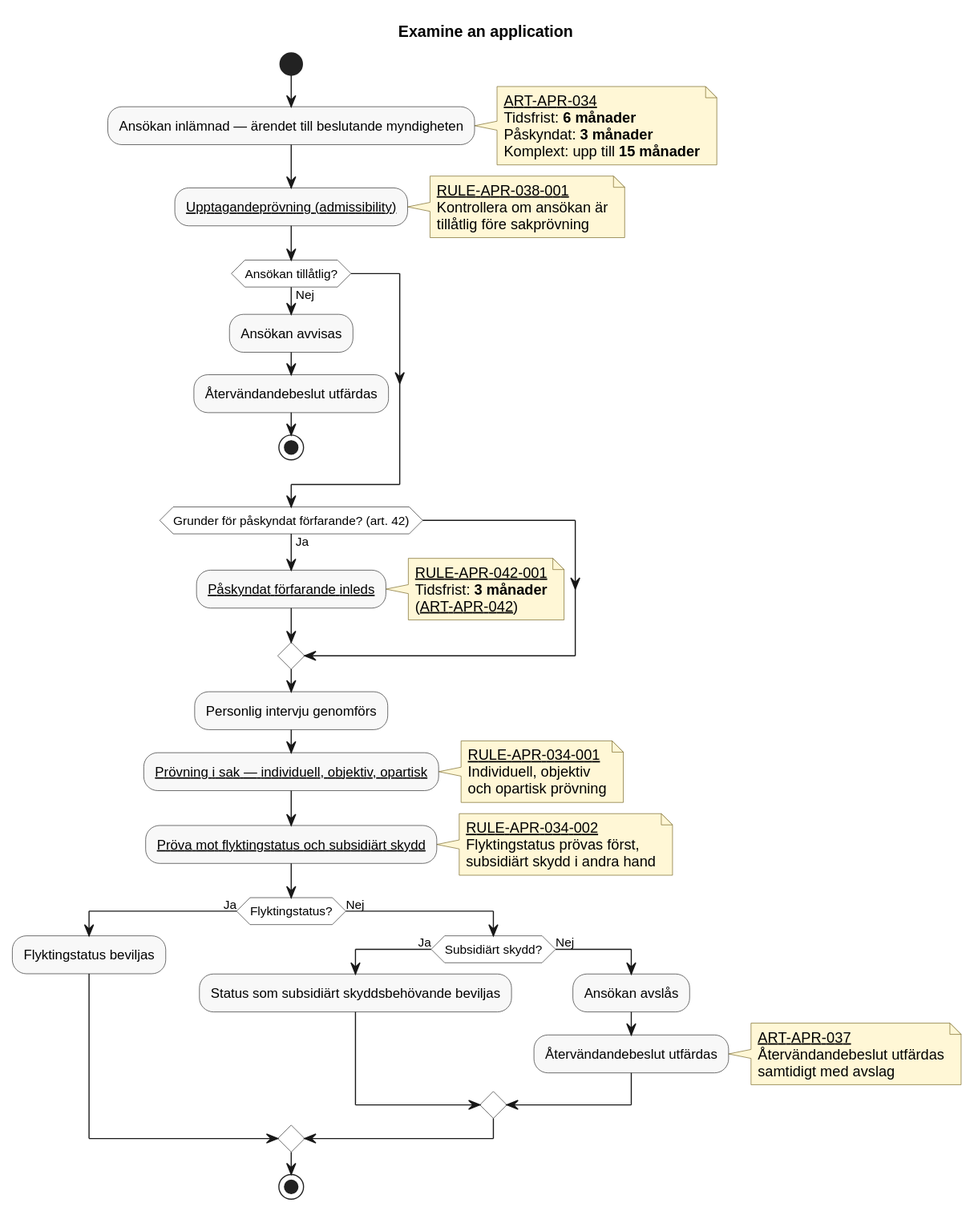
Above: docs/domains/asylum-procedure/diagrams/examine-an-application.svg in chrhe894/migration_pact (PlantUML), before the change.
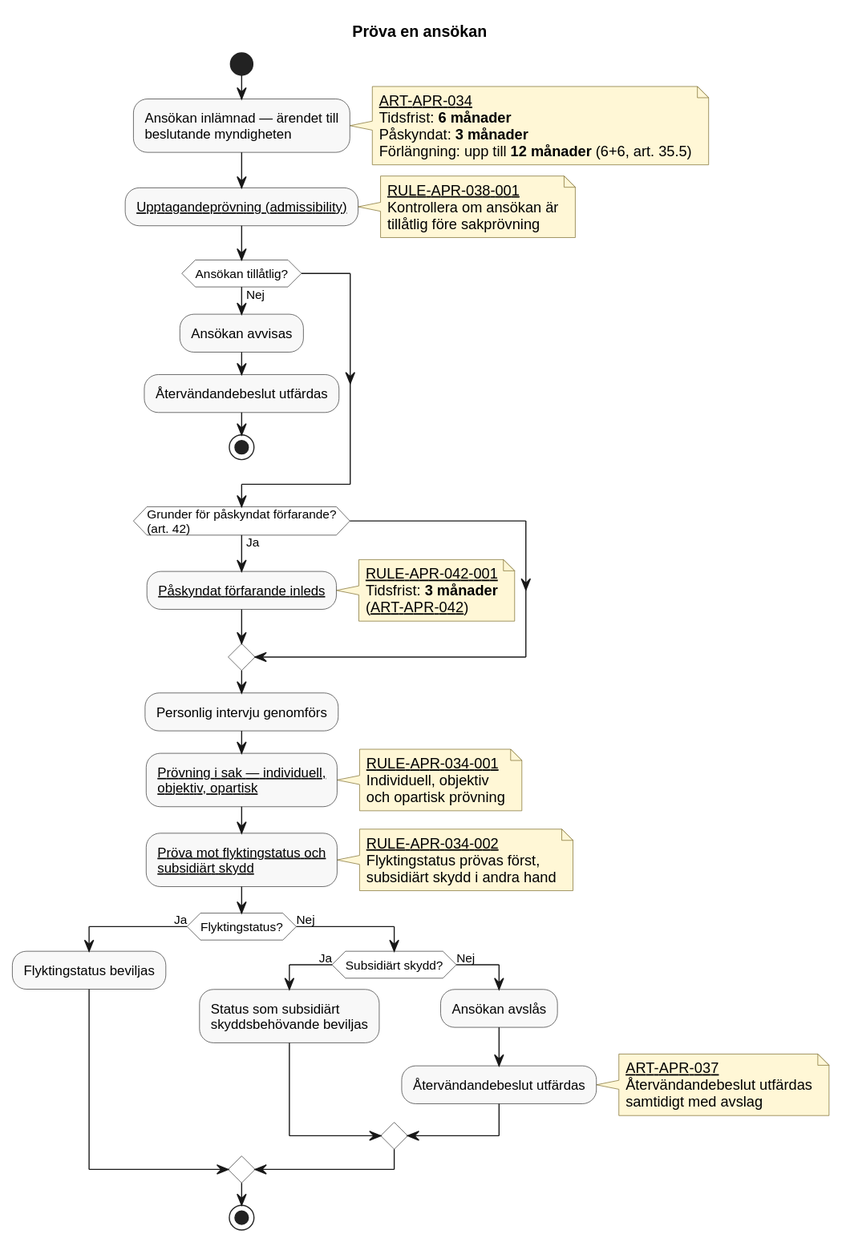
After the commit.

The edit, as a diff of the source:
```diff
@@ -1,5 +1,5 @@
 @startuml
-title Examine an application
+title Pröva en ansökan
 
 skinparam shadowing false
 skinparam HyperlinkColor Black
@@ -18,12 +18,12 @@
 
 start
 
-:Ansökan inlämnad — ärendet till beslutande myndigheten;
+:Ansökan inlämnad — ärendet till\nbeslutande myndigheten;
 note right
   [[../articles/apr-034.md ART-APR-034]]
   Tidsfrist: **6 månader**
   Påskyndat: **3 månader**
-  Komplext: upp till **15 månader**
+  Förlängning: upp till **12 månader** (6+6, art. 35.5)
 end note
 
 :[[../rules/rule-apr-038-001.md Upptagandeprövning (admissibility)]];
@@ -43,7 +43,7 @@
 
 endif
 
-if (Grunder för påskyndat förfarande? (art. 42)) then (Ja)
+if (Grunder för påskyndat förfarande?\n(art. 42)) then (Ja)
 
     :[[../rules/rule-apr-042-001.md Påskyndat förfarande inleds]];
     note right
@@ -56,14 +56,14 @@
 
 :Personlig intervju genomförs;
 
-:[[../rules/rule-apr-034-001.md Prövning i sak — individuell, objektiv, opartisk]];
+:[[../rules/rule-apr-034-001.md Prövning i sak — individuell,\nobjektiv, opartisk]];
 note right
   [[../rules/rule-apr-034-001.md RULE-APR-034-001]]
   Individuell, objektiv
   och opartisk prövning
 end note
 
-:[[../rules/rule-apr-034-002.md Pröva mot flyktingstatus och subsidiärt skydd]];
+:[[../rules/rule-apr-034-002.md Pröva mot flyktingstatus och\nsubsidiärt skydd]];
 note right
   [[../rules/rule-apr-034-002.md RULE-APR-034-002]]
   Flyktingstatus prövas först,
@@ -78,7 +78,7 @@
 
     if (Subsidiärt skydd?) then (Ja)
 
-        :Status som subsidiärt skyddsbehövande beviljas;
+        :Status som subsidiärt\nskyddsbehövande beviljas;
 
     else (Nej)
 
```
